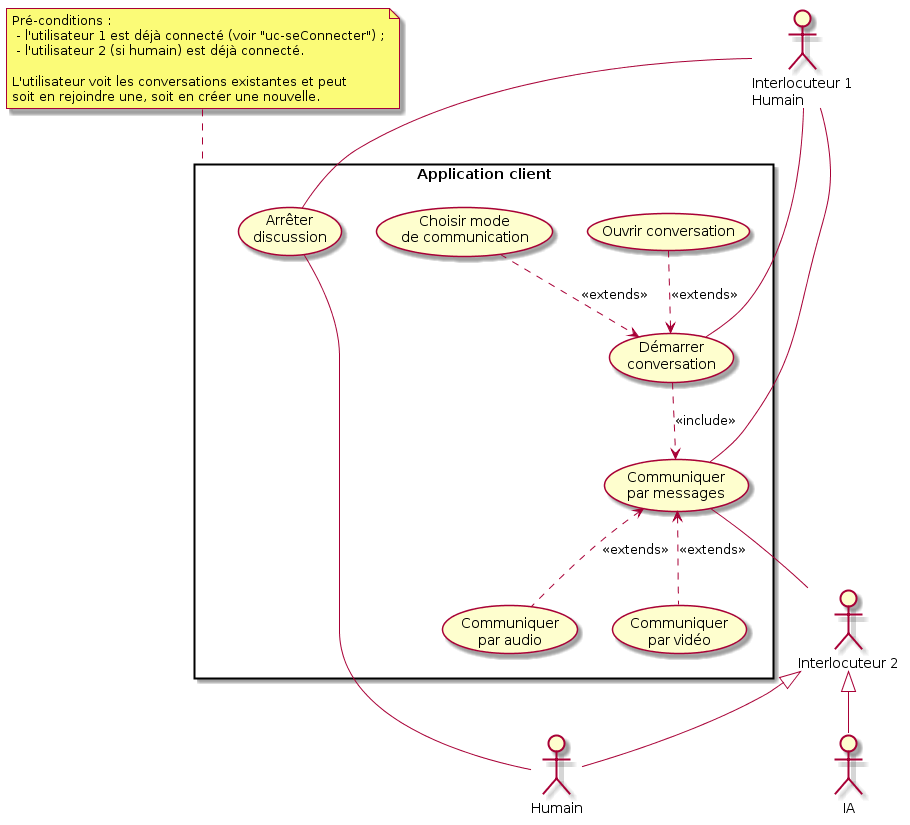
Before: DS/images/uc-discuter.png, a diagram exported from PlantUML (gdarchen/WhatsASI). Its diagram source:
```plantuml
@startuml
rectangle "Application client" as R1 {
    (Démarrer\nconversation) as (UC1)
    (Ouvrir conversation) as (UC2)
    (Choisir mode\nde communication) as (UC3)
    (Communiquer\npar messages) as (UC4)
    (Communiquer\npar audio) as (UC5)
    (Communiquer\npar vidéo) as (UC6)
    (Arrêter\ndiscussion) as (UC7)
}

:Interlocuteur 1\nHumain: as U1
:Interlocuteur 2: as U2
:Humain: as U3
U2 <|-- U3
U2 <|-- :IA:

U1 - (UC1)
U1 -right- (UC4)
U1 - (UC7)
U2 -left- (UC4)
U3 - (UC7)
(UC2) ..> (UC1) : <<extends>>
(UC3) ..> (UC1) : <<extends>>
(UC5) .up.> (UC4) : <<extends>>
(UC6) .up.> (UC4) : <<extends>>
(UC1) ..> (UC4) : <<include>>

note top of R1
    Pré-conditions :
     - l'utilisateur 1 est déjà connecté (voir "uc-seConnecter") ;
     - l'utilisateur 2 (si humain) est déjà connecté.

    L'utilisateur voit les conversations existantes et peut
    soit en rejoindre une, soit en créer une nouvelle.
end note
@enduml
```
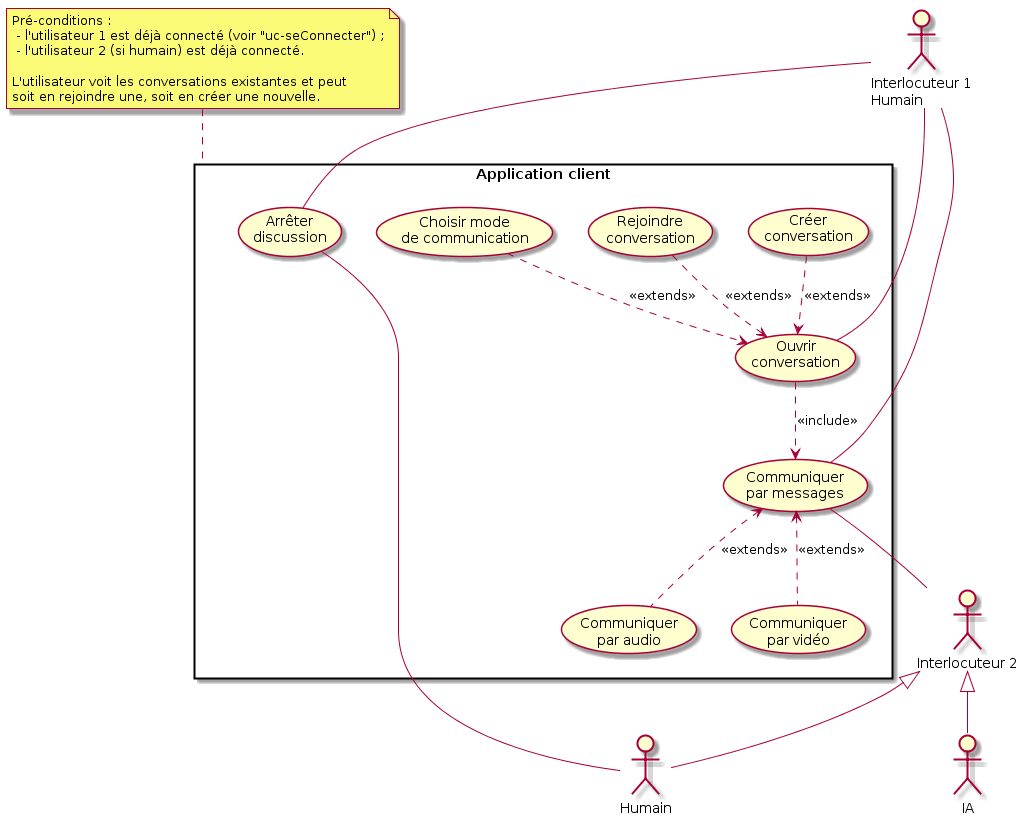
Above is the later version.

Commit message:
Màj maquette + màj uc-discuter

What changed in the source:
```diff
@@ -1,7 +1,8 @@
 @startuml
 rectangle "Application client" as R1 {
-    (Démarrer\nconversation) as (UC1)
-    (Ouvrir conversation) as (UC2)
+    (Ouvrir\nconversation) as (UC1)
+    (Créer\nconversation) as (UC2)
+    (Rejoindre\nconversation) as (UC2.1)
     (Choisir mode\nde communication) as (UC3)
     (Communiquer\npar messages) as (UC4)
     (Communiquer\npar audio) as (UC5)
@@ -21,6 +22,7 @@
 U2 -left- (UC4)
 U3 - (UC7)
 (UC2) ..> (UC1) : <<extends>>
+(UC2.1) ..> (UC1) : <<extends>>
 (UC3) ..> (UC1) : <<extends>>
 (UC5) .up.> (UC4) : <<extends>>
 (UC6) .up.> (UC4) : <<extends>>
```
